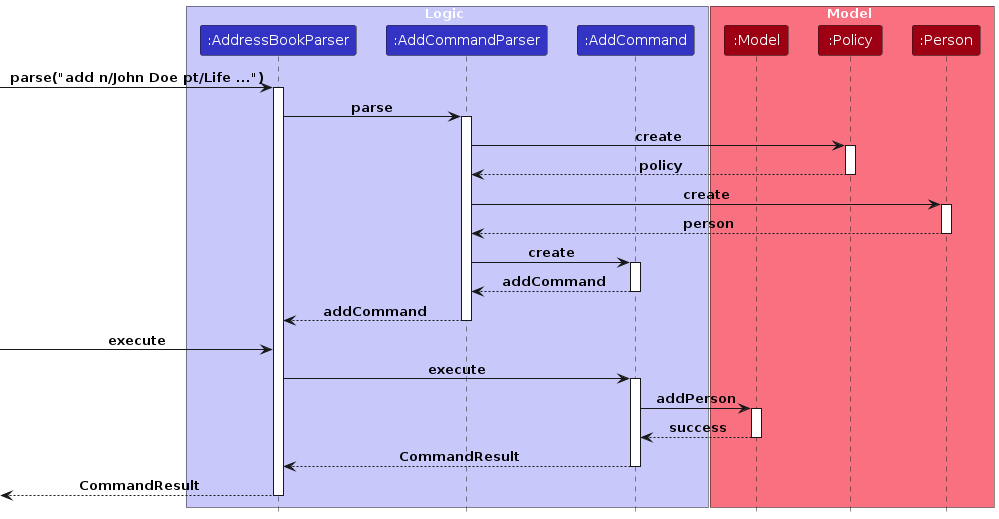
Earlier version of the PlantUML export diagrams/AddPersonWithPolicyTypeSequenceDiagram.png (AY2425S2-CS2103-F08-2/tp). Its source is kept beside it as diagrams/AddPersonWithPolicyTypeSequenceDiagram.puml. Its diagram source:
```plantuml
@startuml
!include style.puml

box Logic LOGIC_COLOR_T1
participant ":AddressBookParser" as AddressBookParser LOGIC_COLOR
participant ":AddCommandParser" as AddCommandParser LOGIC_COLOR
participant ":AddCommand" as AddCommand LOGIC_COLOR
end box

box Model MODEL_COLOR_T1
participant ":Model" as Model MODEL_COLOR
participant ":Policy" as Policy MODEL_COLOR
participant ":Person" as Person MODEL_COLOR
end box

[-> AddressBookParser : parse("add n/John Doe pt/Life ...")
activate AddressBookParser

AddressBookParser -> AddCommandParser : parse
activate AddCommandParser

AddCommandParser -> Policy : create
activate Policy
Policy --> AddCommandParser : policy
deactivate Policy

AddCommandParser -> Person : create
activate Person
Person --> AddCommandParser : person
deactivate Person

AddCommandParser -> AddCommand : create
activate AddCommand
AddCommand --> AddCommandParser : addCommand
deactivate AddCommand

AddCommandParser --> AddressBookParser : addCommand
deactivate AddCommandParser

[-> AddressBookParser : execute
AddressBookParser -> AddCommand : execute
activate AddCommand

AddCommand -> Model : addPerson
activate Model
Model --> AddCommand : success
deactivate Model

AddCommand --> AddressBookParser : CommandResult
deactivate AddCommand

[<-- AddressBookParser : CommandResult
deactivate AddressBookParser

@enduml
```
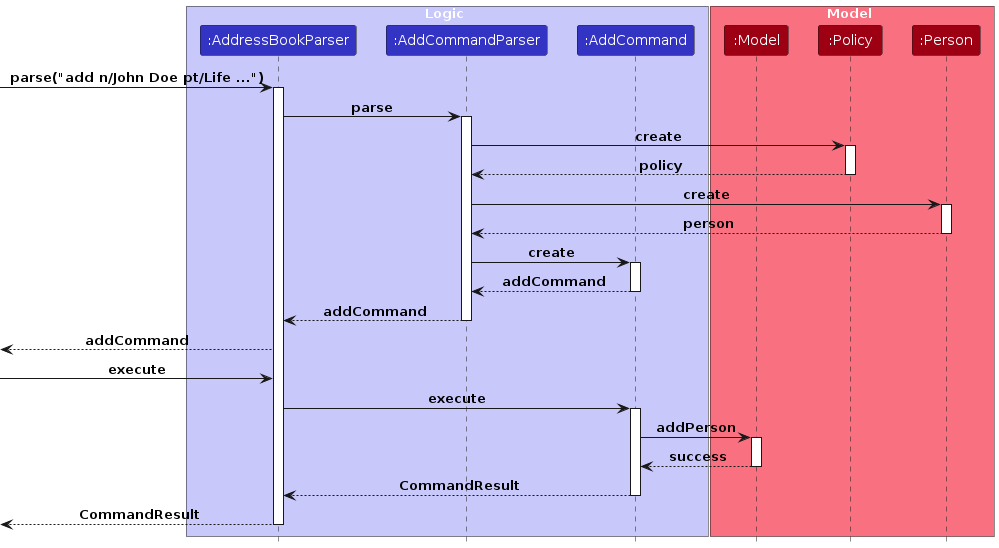
After the commit.

What changed in the source:
```diff
@@ -37,6 +37,8 @@
 AddCommandParser --> AddressBookParser : addCommand
 deactivate AddCommandParser
 
+[<-- AddressBookParser : addCommand
+
 [-> AddressBookParser : execute
 AddressBookParser -> AddCommand : execute
 activate AddCommand
```
